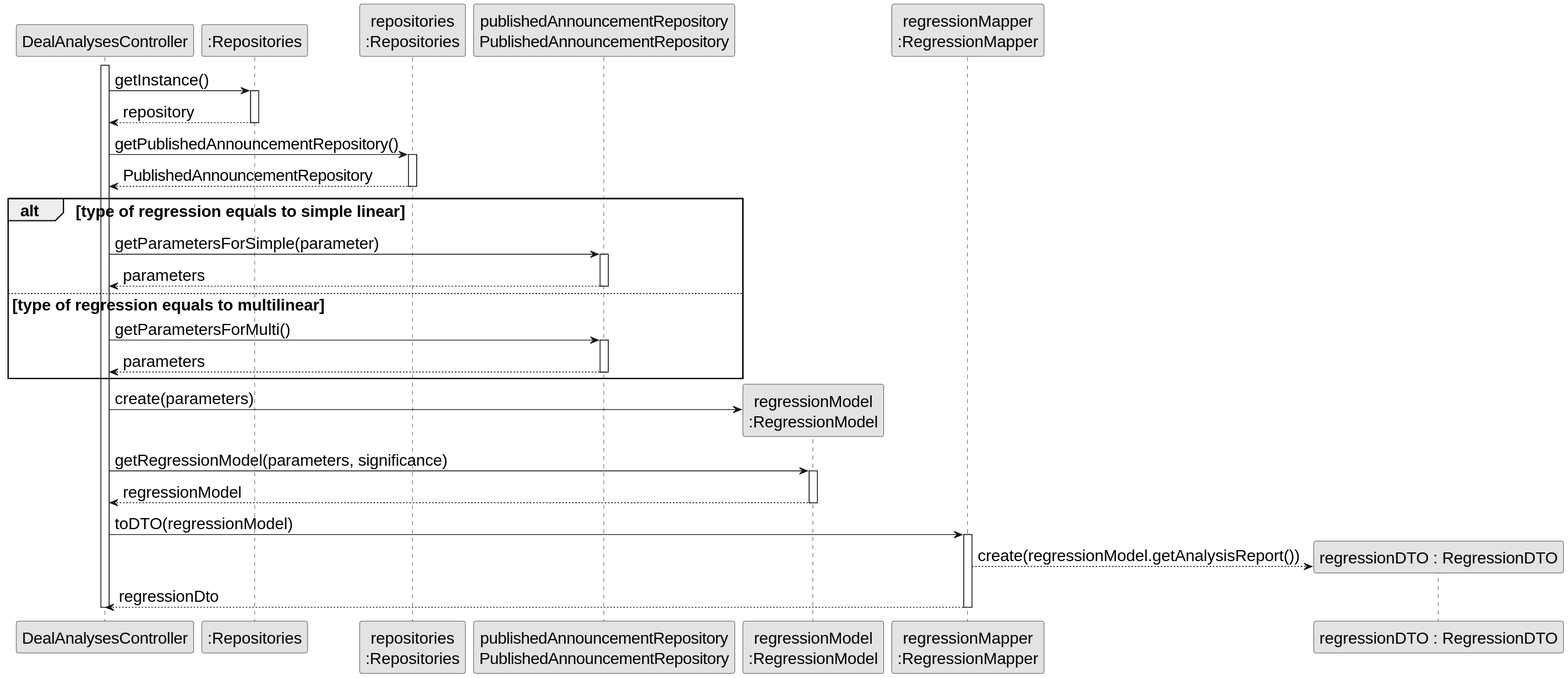
Above: docs/sprintD/US018/03.design/svg/us18-sequence-diagram-partial-getReport.svg in PureNimble/ISEP-LAPR2 (PlantUML), before the change.
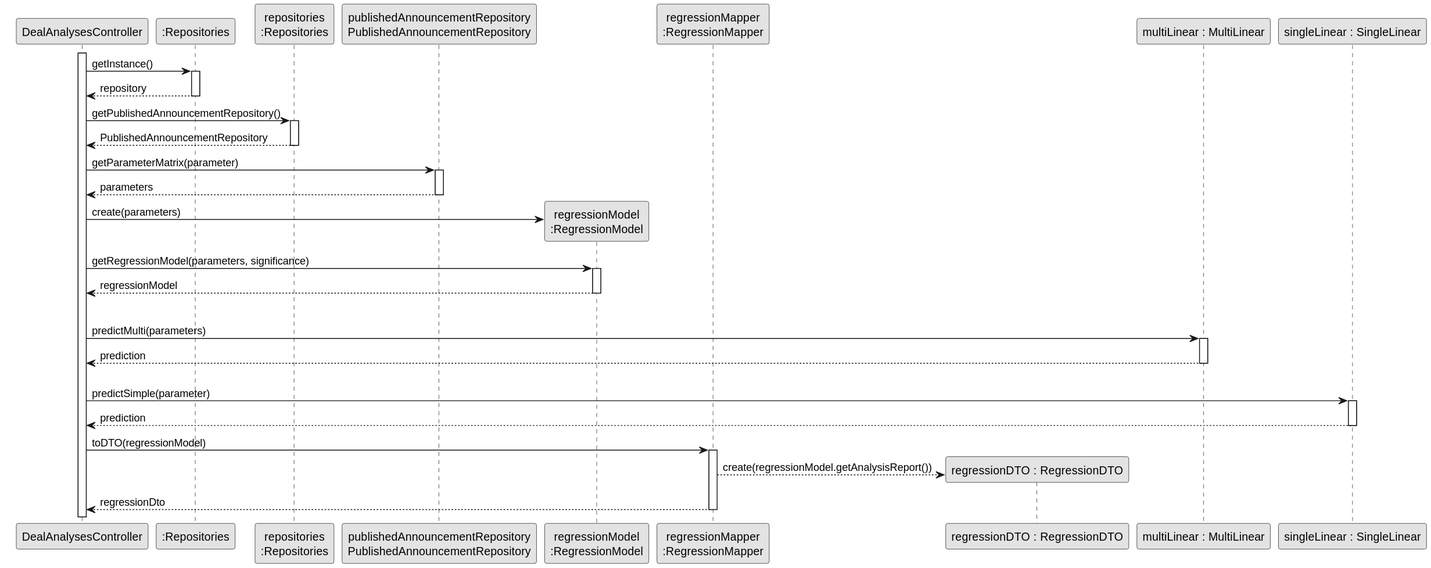
Later version of the same file.

Change to the diagram source:
```diff
@@ -1,5 +1,4 @@
 @startuml
-skinparamlocked defaultFontSize 20
 skinparam monochrome true
 skinparam packageStyle rectangle
 skinparam shadowing false
@@ -11,6 +10,8 @@
 participant "regressionModel\n:RegressionModel" as regressionmodel
 participant "regressionMapper\n:RegressionMapper" as mapper
 participant "regressionDTO : RegressionDTO" as dto
+participant "multiLinear : MultiLinear" as multi
+participant "singleLinear : SingleLinear" as single
 
 activate controller
     controller -> singleton : getInstance()
@@ -28,18 +29,11 @@
 
             deactivate repositories
 
-            alt type of regression equals to simple linear
-                controller -> announcementrep : getParametersForSimple(parameter)
+                controller -> announcementrep : getParameterMatrix(parameter)
                 activate announcementrep
                 announcementrep --> controller : parameters
                 deactivate announcementrep
 
-            else type of regression equals to multilinear
-            controller -> announcementrep : getParametersForMulti()
-            activate announcementrep
-            announcementrep --> controller : parameters
-            deactivate announcementrep
-            end
             controller -> regressionmodel** : create(parameters)
 
             controller -> regressionmodel : getRegressionModel(parameters, significance)
@@ -49,6 +43,18 @@
             regressionmodel --> controller : regressionModel
             deactivate regressionmodel
 
+            alt type of regression equals to multilinear
+                controller -> multi : predictMulti(parameters)
+                activate multi
+                multi --> controller : prediction
+                deactivate multi
+
+            else type of regression equals to single linear
+                controller -> single : predictSimple(parameter)
+                activate single
+                single --> controller : prediction
+                deactivate single
+
             controller -> mapper : toDTO(regressionModel)
             activate mapper
             mapper --> dto** : create(regressionModel.getAnalysisReport())
@@ -56,5 +62,5 @@
             mapper --> controller : regressionDto
             deactivate mapper
 
-            deactivate controller
+
 @enduml
```
